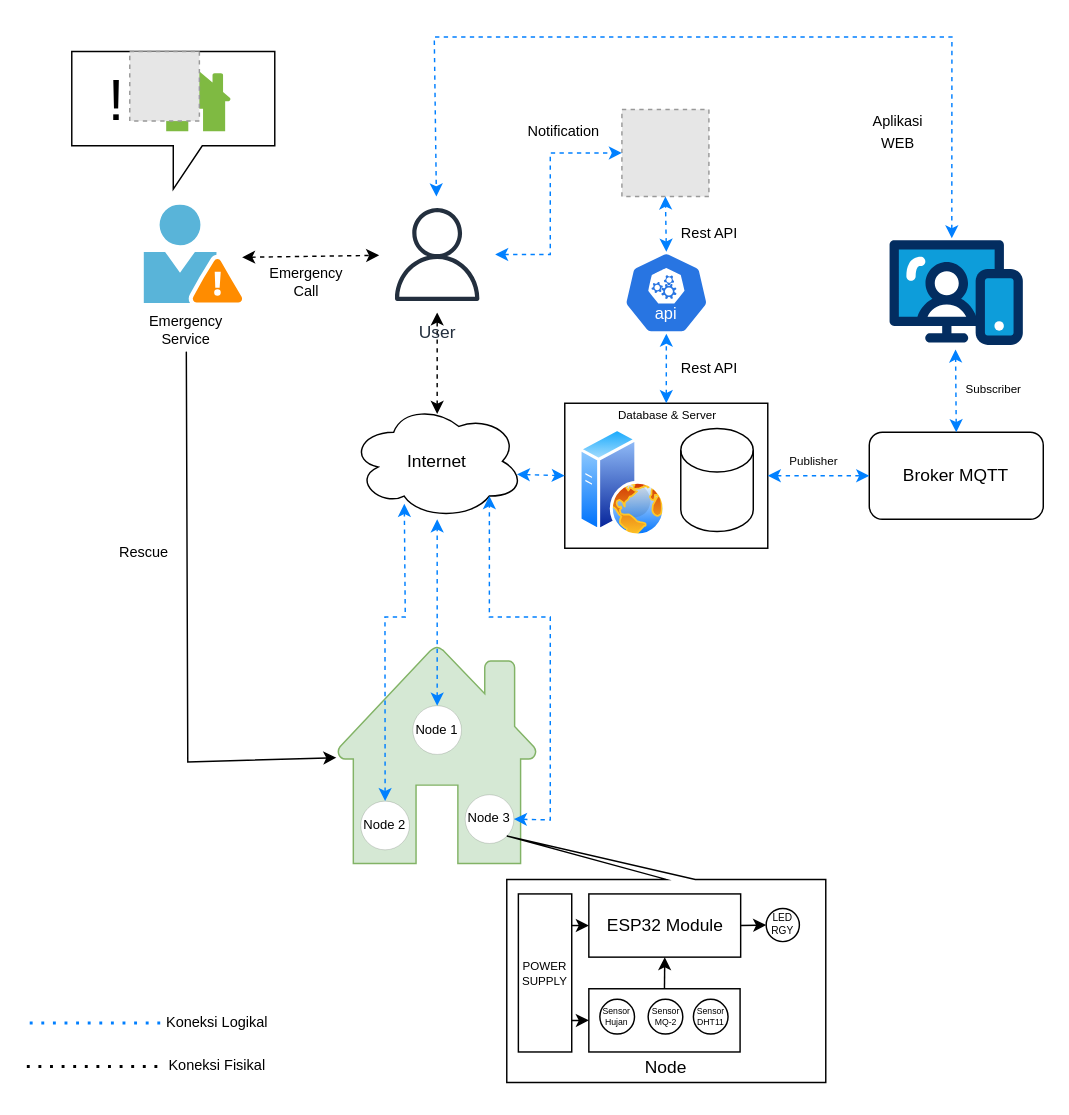
Earlier version of the draw.io diagram arsitektur-projek-akhir.drawio (Buitenzorx/projek-akhir). Source tidied: cells renumbered, new cells numbered last; positions are measured from the earlier drawing's top-left corner, leaving out a move shared by most shapes. Both pictures are drawn from the tidied source at 145%, with x=0, y=0 at pixel (26, 36). Pictures stored in the file or linked from it are replaced by grey dashed boxes.
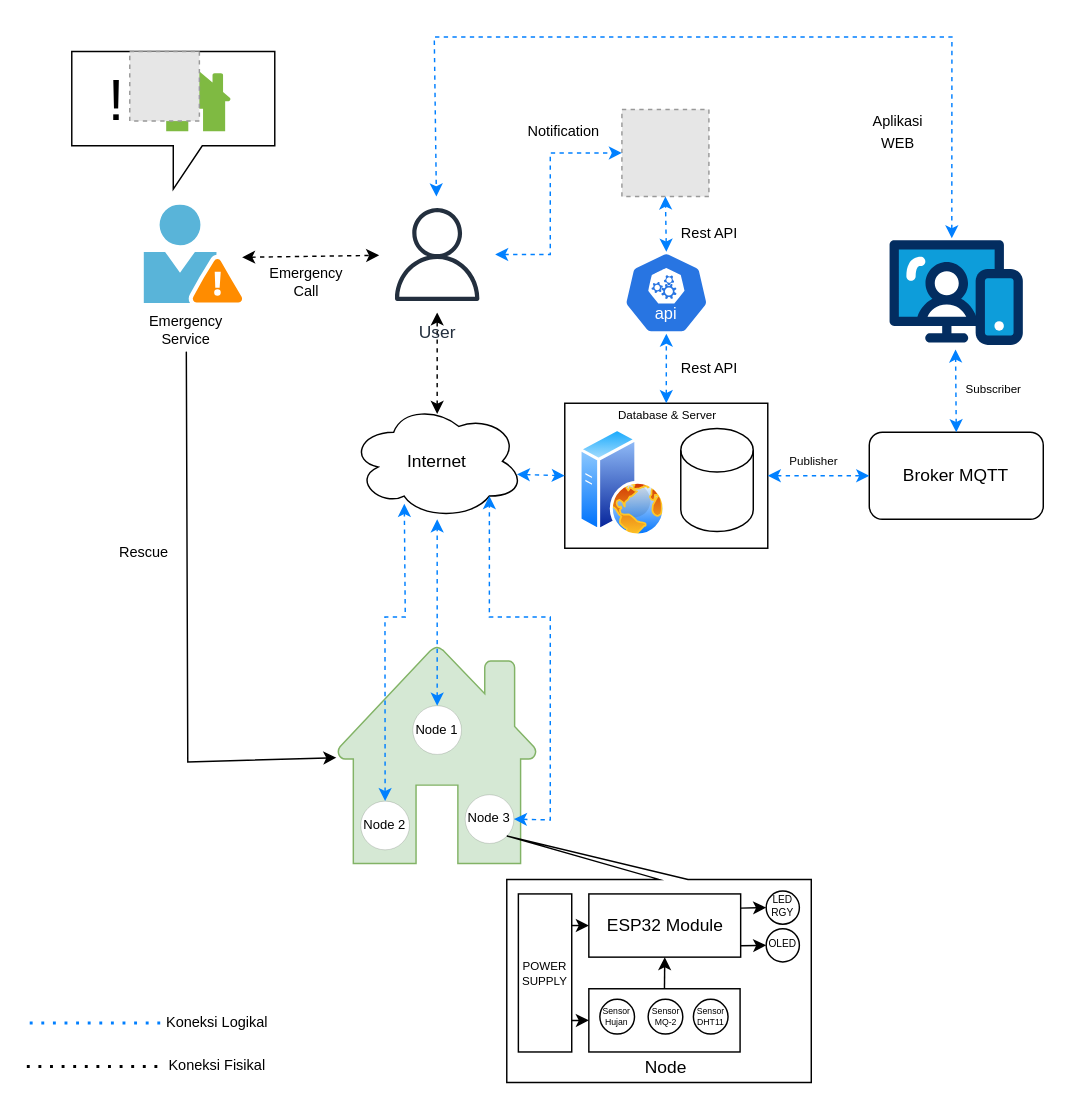
The same diagram, later.

Commit message:
LUPA OLED

The change refers to these unchanged cells:
```xml
<mxCell id="32" style="group;" parent="1" vertex="1">
  <mxGeometry x="331" y="551" width="220" height="175" as="geometry" />
</mxCell>
<mxCell id="34" style="group;fontSize=4;" parent="32" vertex="1">
  <mxGeometry x="8" y="40" width="200" height="109" as="geometry" />
</mxCell>
<mxCell id="45" value="ESP32 Module" style="whiteSpace=wrap;html=1;" parent="34" vertex="1">
  <mxGeometry x="48.6" width="104.7" height="43.6" as="geometry" />
</mxCell>
```

Diff of the diagram source:
```diff
@@
     <mxCell id="33" style="shape=callout;whiteSpace=wrap;html=1;perimeter=calloutPerimeter;base=20;position2=0;flipV=1;flipH=0;" parent="32" vertex="1">
-      <mxGeometry width="220" height="170" as="geometry" />
+      <mxGeometry width="210" height="170" as="geometry" />
     </mxCell>
@@
     <mxCell id="43" value="LED RGY" style="ellipse;whiteSpace=wrap;html=1;fontSize=7;" parent="34" vertex="1">
-      <mxGeometry x="170.9" y="10" width="22.9" height="22.9" as="geometry" />
+      <mxGeometry x="170.9" y="-2" width="22.9" height="22.9" as="geometry" />
     </mxCell>
-    <mxCell id="44" style="endArrow=classic;html=1;rounded=0;entryX=0;entryY=0.5;entryDx=0;entryDy=0;exitX=1;exitY=0.5;exitDx=0;exitDy=0;" parent="34" edge="1" source="45" target="43">
-      <mxGeometry relative="1" as="geometry" />
+    <mxCell id="44" style="endArrow=classic;html=1;rounded=0;entryX=0;entryY=0.5;entryDx=0;entryDy=0;exitX=1;exitY=0.5;exitDx=0;exitDy=0;" parent="34" edge="1" target="43">
+      <mxGeometry relative="1" as="geometry">
+        <mxPoint x="153.3" y="9.8" as="sourcePoint" />
+      </mxGeometry>
     </mxCell>
@@
+    <mxCell id="68" style="endArrow=classic;html=1;rounded=0;entryX=0;entryY=0.5;entryDx=0;entryDy=0;exitX=1;exitY=0.5;exitDx=0;exitDy=0;" parent="34" edge="1" target="69">
+      <mxGeometry relative="1" as="geometry">
+        <mxPoint x="153.3" y="35.8" as="sourcePoint" />
+      </mxGeometry>
+    </mxCell>
+    <mxCell id="69" value="OLED" style="ellipse;whiteSpace=wrap;html=1;fontSize=7;" parent="34" vertex="1">
+      <mxGeometry x="170.9" y="24" width="22.9" height="22.9" as="geometry" />
+    </mxCell>
```
